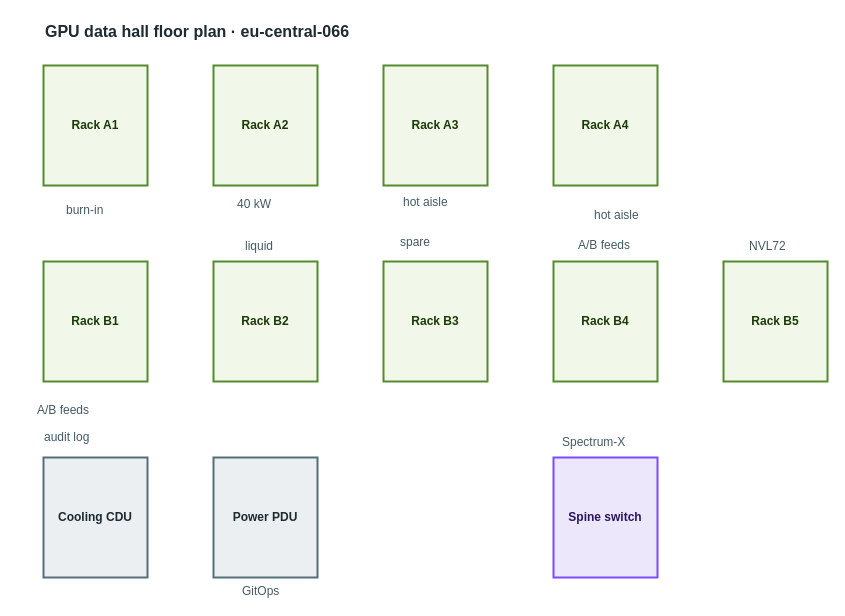
The draw.io diagram apps/web/public/samples/library/066-gpu-data-hall-floor-plan.drawio in AryanG01/open-apprentice, before the edit. Source tidied: cells renumbered, new cells numbered last; positions are measured from the earlier drawing's top-left corner, leaving out a move shared by most shapes. Both pictures are drawn from the tidied source at 100%, with x=0, y=0 at pixel (37, 17).
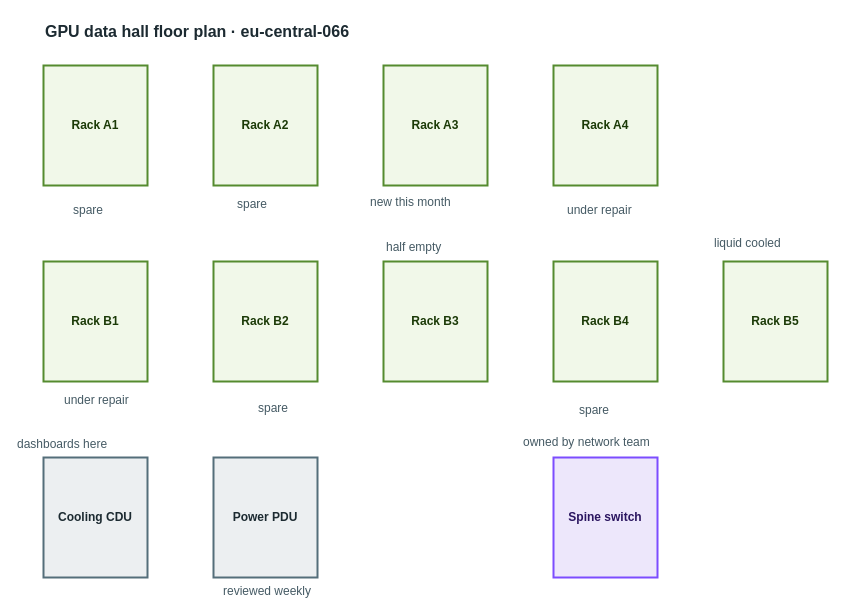
Above is the later version.

The edit, as a diff of the source:
```diff
@@
-    <mxCell id="15" value="burn-in" style="text;html=1;align=left;verticalAlign=top;whiteSpace=nowrap;spacing=0;spacingTop=0;strokeColor=none;fillColor=none;fontSize=12;fontColor=#455a64;" parent="1" vertex="1">
-      <mxGeometry x="29" y="181" width="61" height="20" as="geometry" />
+    <mxCell id="15" value="spare" style="text;html=1;align=left;verticalAlign=top;whiteSpace=nowrap;spacing=0;spacingTop=0;strokeColor=none;fillColor=none;fontSize=12;fontColor=#455a64;" parent="1" vertex="1">
+      <mxGeometry x="36" y="181" width="47" height="20" as="geometry" />
     </mxCell>
-    <mxCell id="16" value="40 kW" style="text;html=1;align=left;verticalAlign=top;whiteSpace=nowrap;spacing=0;spacingTop=0;strokeColor=none;fillColor=none;fontSize=12;fontColor=#455a64;" parent="1" vertex="1">
+    <mxCell id="16" value="spare" style="text;html=1;align=left;verticalAlign=top;whiteSpace=nowrap;spacing=0;spacingTop=0;strokeColor=none;fillColor=none;fontSize=12;fontColor=#455a64;" parent="1" vertex="1">
       <mxGeometry x="200" y="175" width="47" height="20" as="geometry" />
     </mxCell>
-    <mxCell id="17" value="hot aisle" style="text;html=1;align=left;verticalAlign=top;whiteSpace=nowrap;spacing=0;spacingTop=0;strokeColor=none;fillColor=none;fontSize=12;fontColor=#455a64;" parent="1" vertex="1">
-      <mxGeometry x="366" y="173" width="75" height="20" as="geometry" />
+    <mxCell id="17" value="new this month" style="text;html=1;align=left;verticalAlign=top;whiteSpace=nowrap;spacing=0;spacingTop=0;strokeColor=none;fillColor=none;fontSize=12;fontColor=#455a64;" parent="1" vertex="1">
+      <mxGeometry x="333" y="173" width="110" height="20" as="geometry" />
     </mxCell>
-    <mxCell id="18" value="hot aisle" style="text;html=1;align=left;verticalAlign=top;whiteSpace=nowrap;spacing=0;spacingTop=0;strokeColor=none;fillColor=none;fontSize=12;fontColor=#455a64;" parent="1" vertex="1">
-      <mxGeometry x="557" y="186" width="75" height="20" as="geometry" />
+    <mxCell id="18" value="under repair" style="text;html=1;align=left;verticalAlign=top;whiteSpace=nowrap;spacing=0;spacingTop=0;strokeColor=none;fillColor=none;fontSize=12;fontColor=#455a64;" parent="1" vertex="1">
+      <mxGeometry x="530" y="181" width="96" height="20" as="geometry" />
     </mxCell>
-    <mxCell id="19" value="A/B feeds" style="text;html=1;align=left;verticalAlign=top;whiteSpace=nowrap;spacing=0;spacingTop=0;strokeColor=none;fillColor=none;fontSize=12;fontColor=#455a64;" parent="1" vertex="1">
-      <mxGeometry y="381" width="75" height="20" as="geometry" />
+    <mxCell id="19" value="under repair" style="text;html=1;align=left;verticalAlign=top;whiteSpace=nowrap;spacing=0;spacingTop=0;strokeColor=none;fillColor=none;fontSize=12;fontColor=#455a64;" parent="1" vertex="1">
+      <mxGeometry x="27" y="371" width="96" height="20" as="geometry" />
     </mxCell>
-    <mxCell id="20" value="liquid" style="text;html=1;align=left;verticalAlign=top;whiteSpace=nowrap;spacing=0;spacingTop=0;strokeColor=none;fillColor=none;fontSize=12;fontColor=#455a64;" parent="1" vertex="1">
-      <mxGeometry x="208" y="217" width="54" height="20" as="geometry" />
+    <mxCell id="20" value="spare" style="text;html=1;align=left;verticalAlign=top;whiteSpace=nowrap;spacing=0;spacingTop=0;strokeColor=none;fillColor=none;fontSize=12;fontColor=#455a64;" parent="1" vertex="1">
+      <mxGeometry x="221" y="379" width="47" height="20" as="geometry" />
     </mxCell>
-    <mxCell id="21" value="spare" style="text;html=1;align=left;verticalAlign=top;whiteSpace=nowrap;spacing=0;spacingTop=0;strokeColor=none;fillColor=none;fontSize=12;fontColor=#455a64;" parent="1" vertex="1">
-      <mxGeometry x="363" y="213" width="47" height="20" as="geometry" />
+    <mxCell id="21" value="half empty" style="text;html=1;align=left;verticalAlign=top;whiteSpace=nowrap;spacing=0;spacingTop=0;strokeColor=none;fillColor=none;fontSize=12;fontColor=#455a64;" parent="1" vertex="1">
+      <mxGeometry x="349" y="218" width="82" height="20" as="geometry" />
     </mxCell>
-    <mxCell id="22" value="A/B feeds" style="text;html=1;align=left;verticalAlign=top;whiteSpace=nowrap;spacing=0;spacingTop=0;strokeColor=none;fillColor=none;fontSize=12;fontColor=#455a64;" parent="1" vertex="1">
-      <mxGeometry x="541" y="216" width="75" height="20" as="geometry" />
+    <mxCell id="22" value="spare" style="text;html=1;align=left;verticalAlign=top;whiteSpace=nowrap;spacing=0;spacingTop=0;strokeColor=none;fillColor=none;fontSize=12;fontColor=#455a64;" parent="1" vertex="1">
+      <mxGeometry x="542" y="381" width="47" height="20" as="geometry" />
     </mxCell>
-    <mxCell id="23" value="NVL72" style="text;html=1;align=left;verticalAlign=top;whiteSpace=nowrap;spacing=0;spacingTop=0;strokeColor=none;fillColor=none;fontSize=12;fontColor=#455a64;" parent="1" vertex="1">
-      <mxGeometry x="712" y="217" width="47" height="20" as="geometry" />
+    <mxCell id="23" value="liquid cooled" style="text;html=1;align=left;verticalAlign=top;whiteSpace=nowrap;spacing=0;spacingTop=0;strokeColor=none;fillColor=none;fontSize=12;fontColor=#455a64;" parent="1" vertex="1">
+      <mxGeometry x="677" y="214" width="103" height="20" as="geometry" />
     </mxCell>
-    <mxCell id="24" value="audit log" style="text;html=1;align=left;verticalAlign=top;whiteSpace=nowrap;spacing=0;spacingTop=0;strokeColor=none;fillColor=none;fontSize=12;fontColor=#455a64;" parent="1" vertex="1">
-      <mxGeometry x="7" y="408" width="75" height="20" as="geometry" />
+    <mxCell id="24" value="dashboards here" style="text;html=1;align=left;verticalAlign=top;whiteSpace=nowrap;spacing=0;spacingTop=0;strokeColor=none;fillColor=none;fontSize=12;fontColor=#455a64;" parent="1" vertex="1">
+      <mxGeometry x="-20" y="415" width="117" height="20" as="geometry" />
     </mxCell>
-    <mxCell id="25" value="GitOps" style="text;html=1;align=left;verticalAlign=top;whiteSpace=nowrap;spacing=0;spacingTop=0;strokeColor=none;fillColor=none;fontSize=12;fontColor=#455a64;" parent="1" vertex="1">
-      <mxGeometry x="205" y="562" width="54" height="20" as="geometry" />
+    <mxCell id="25" value="reviewed weekly" style="text;html=1;align=left;verticalAlign=top;whiteSpace=nowrap;spacing=0;spacingTop=0;strokeColor=none;fillColor=none;fontSize=12;fontColor=#455a64;" parent="1" vertex="1">
+      <mxGeometry x="186" y="562" width="117" height="20" as="geometry" />
     </mxCell>
-    <mxCell id="26" value="Spectrum-X" style="text;html=1;align=left;verticalAlign=top;whiteSpace=nowrap;spacing=0;spacingTop=0;strokeColor=none;fillColor=none;fontSize=12;fontColor=#455a64;" parent="1" vertex="1">
-      <mxGeometry x="525" y="413" width="82" height="20" as="geometry" />
+    <mxCell id="26" value="owned by network team" style="text;html=1;align=left;verticalAlign=top;whiteSpace=nowrap;spacing=0;spacingTop=0;strokeColor=none;fillColor=none;fontSize=12;fontColor=#455a64;" parent="1" vertex="1">
+      <mxGeometry x="486" y="413" width="159" height="20" as="geometry" />
     </mxCell>
```
